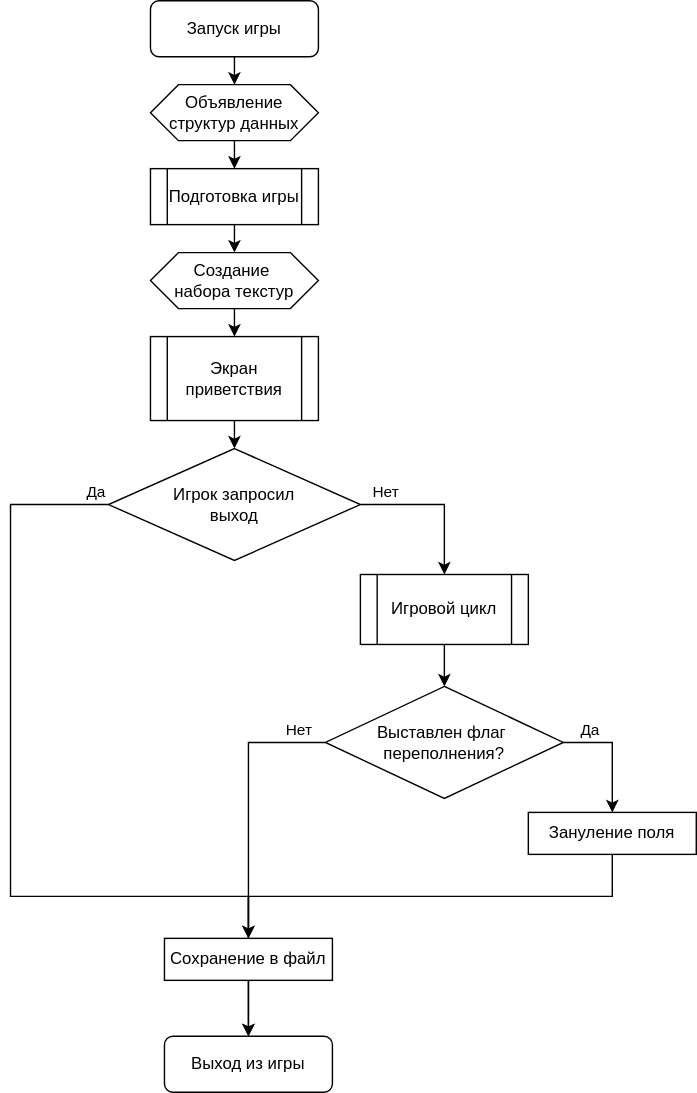
This is report/Общий цикл.drawio.svg from zhigunovsemyon/2048, a draw.io export, as it was before one commit. Source tidied: cells renumbered, new cells last; positions are measured from the earlier drawing's top-left corner, leaving out a move shared by most shapes.
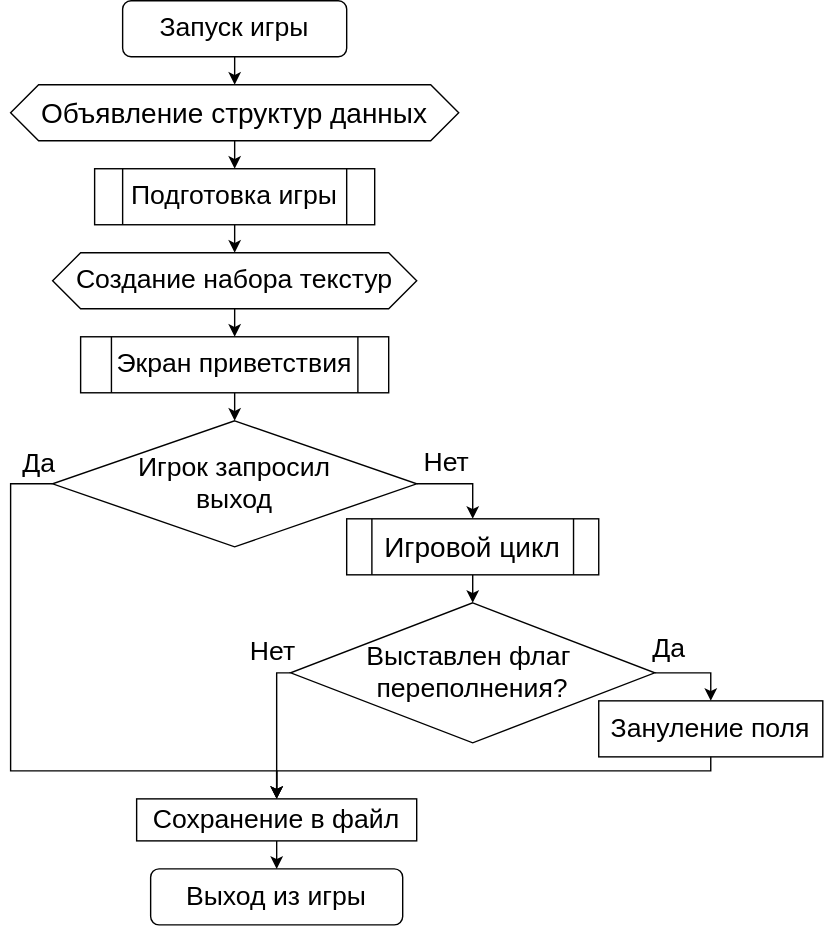
After the commit.

The edit, as a diff of the source:
```diff
@@ -4,121 +4,122 @@
     <mxCell id="1" parent="0" />
     <mxCell id="2" style="edgeStyle=orthogonalEdgeStyle;rounded=0;jettySize=auto;html=1;exitX=0.5;exitY=1;exitDx=0;exitDy=0;entryX=0.5;entryY=0;entryDx=0;entryDy=0;" parent="1" edge="1" source="3">
       <mxGeometry relative="1" as="geometry">
-        <mxPoint x="160" y="60" as="targetPoint" />
+        <mxPoint x="170" y="30" as="targetPoint" />
       </mxGeometry>
     </mxCell>
-    <mxCell id="3" value="Запуск игры" style="rounded=1;whiteSpace=wrap;html=1;" parent="1" vertex="1">
-      <mxGeometry x="100" width="120" height="40" as="geometry" />
+    <mxCell id="3" value="&lt;font style=&quot;font-size: 19px;&quot;&gt;Запуск игры&lt;/font&gt;" style="rounded=1;whiteSpace=wrap;html=1;" parent="1" vertex="1">
+      <mxGeometry x="90" y="-30" width="160" height="40" as="geometry" />
     </mxCell>
-    <mxCell id="4" style="edgeStyle=orthogonalEdgeStyle;rounded=0;orthogonalLoop=1;jettySize=auto;html=1;exitX=0.5;exitY=1;exitDx=0;exitDy=0;" parent="1" edge="1" source="3" target="3">
-      <mxGeometry relative="1" as="geometry" />
+    <mxCell id="4" style="edgeStyle=orthogonalEdgeStyle;rounded=0;orthogonalLoop=1;jettySize=auto;html=1;exitX=0.5;exitY=1;exitDx=0;exitDy=0;" parent="1" edge="1">
+      <mxGeometry relative="1" as="geometry">
+        <mxPoint x="180" y="10" as="sourcePoint" />
+        <mxPoint x="180" y="10" as="targetPoint" />
+      </mxGeometry>
     </mxCell>
     <mxCell id="5" style="edgeStyle=orthogonalEdgeStyle;rounded=0;orthogonalLoop=1;jettySize=auto;html=1;exitX=0.5;exitY=1;exitDx=0;exitDy=0;entryX=0.5;entryY=0;entryDx=0;entryDy=0;" parent="1" edge="1">
       <mxGeometry relative="1" as="geometry">
-        <mxPoint x="160" y="100" as="sourcePoint" />
-        <mxPoint x="160" y="120" as="targetPoint" />
+        <mxPoint x="170" y="70" as="sourcePoint" />
+        <mxPoint x="170" y="90" as="targetPoint" />
       </mxGeometry>
     </mxCell>
-    <mxCell id="6" style="edgeStyle=orthogonalEdgeStyle;rounded=0;jettySize=auto;html=1;exitX=0;exitY=0.5;exitDx=0;exitDy=0;entryX=0.5;entryY=0;entryDx=0;entryDy=0;" parent="1" edge="1" source="10" target="11">
+    <mxCell id="6" style="edgeStyle=orthogonalEdgeStyle;rounded=0;jettySize=auto;html=1;exitX=0;exitY=0.5;exitDx=0;exitDy=0;entryX=0.5;entryY=0;entryDx=0;entryDy=0;" parent="1" edge="1" source="10" target="16">
       <mxGeometry relative="1" as="geometry">
         <Array as="points">
-          <mxPoint y="360" />
-          <mxPoint y="640" />
-          <mxPoint x="170" y="640" />
+          <mxPoint x="10" y="315" />
+          <mxPoint x="10" y="520" />
+          <mxPoint x="200" y="520" />
         </Array>
       </mxGeometry>
     </mxCell>
-    <mxCell id="7" value="Да" style="edgeLabel;html=1;align=center;verticalAlign=middle;" parent="6" vertex="1">
+    <mxCell id="7" value="Да" style="edgeLabel;html=1;align=center;verticalAlign=middle;fontSize=19;" parent="6" vertex="1">
       <mxGeometry x="-0.85" y="-2" relative="1" as="geometry">
-        <mxPoint x="36" y="-8" as="offset" />
+        <mxPoint x="22" y="-18" as="offset" />
       </mxGeometry>
     </mxCell>
     <mxCell id="8" style="edgeStyle=orthogonalEdgeStyle;rounded=0;jettySize=auto;html=1;exitX=1;exitY=0.5;exitDx=0;exitDy=0;entryX=0.5;entryY=0;entryDx=0;entryDy=0;" parent="1" edge="1" source="10" target="25">
       <mxGeometry relative="1" as="geometry" />
     </mxCell>
-    <mxCell id="9" value="Нет" style="edgeLabel;html=1;align=center;verticalAlign=middle;" parent="8" vertex="1">
+    <mxCell id="9" value="Нет" style="edgeLabel;html=1;align=center;verticalAlign=middle;fontSize=19;" parent="8" vertex="1">
       <mxGeometry x="-0.42" y="-3" relative="1" as="geometry">
-        <mxPoint x="-15" y="-13" as="offset" />
+        <mxPoint x="1" y="-18" as="offset" />
       </mxGeometry>
     </mxCell>
-    <mxCell id="10" value="&lt;div&gt;Игрок запросил&lt;/div&gt;&lt;div&gt;выход&lt;br&gt;&lt;/div&gt;" style="rhombus;whiteSpace=wrap;html=1;" parent="1" vertex="1">
-      <mxGeometry x="70" y="320" width="180" height="80" as="geometry" />
+    <mxCell id="10" value="&lt;div style=&quot;font-size: 19px;&quot;&gt;&lt;font style=&quot;font-size: 19px;&quot;&gt;Игрок запросил&lt;/font&gt;&lt;/div&gt;&lt;div style=&quot;font-size: 19px;&quot;&gt;&lt;font style=&quot;font-size: 19px;&quot;&gt;выход&lt;/font&gt;&lt;br&gt;&lt;/div&gt;" style="rhombus;whiteSpace=wrap;html=1;" parent="1" vertex="1">
+      <mxGeometry x="40" y="270" width="260" height="90" as="geometry" />
     </mxCell>
-    <mxCell id="11" value="Выход из игры" style="rounded=1;whiteSpace=wrap;html=1;" parent="1" vertex="1">
-      <mxGeometry x="110" y="740" width="120" height="40" as="geometry" />
+    <mxCell id="11" value="&lt;font style=&quot;font-size: 19px;&quot;&gt;Выход из игры&lt;/font&gt;" style="rounded=1;whiteSpace=wrap;html=1;" parent="1" vertex="1">
+      <mxGeometry x="110" y="590" width="180" height="40" as="geometry" />
     </mxCell>
-    <mxCell id="12" value="&lt;div&gt;Объявление&lt;/div&gt;&lt;div&gt;структур данных&lt;br&gt;&lt;/div&gt;" style="shape=hexagon;perimeter=hexagonPerimeter2;whiteSpace=wrap;html=1;fixedSize=1;" parent="1" vertex="1">
-      <mxGeometry x="100" y="60" width="120" height="40" as="geometry" />
+    <mxCell id="12" value="&lt;div style=&quot;font-size: 20px;&quot;&gt;Объявление&amp;nbsp;&lt;span style=&quot;background-color: initial;&quot;&gt;структур данных&lt;/span&gt;&lt;/div&gt;" style="shape=hexagon;perimeter=hexagonPerimeter2;whiteSpace=wrap;html=1;fixedSize=1;" parent="1" vertex="1">
+      <mxGeometry x="10" y="30" width="320" height="40" as="geometry" />
     </mxCell>
-    <mxCell id="13" value="Зануление поля" style="rounded=0;whiteSpace=wrap;html=1;" parent="1" vertex="1">
-      <mxGeometry x="370" y="580" width="120" height="30" as="geometry" />
+    <mxCell id="13" value="&lt;font style=&quot;font-size: 19px;&quot;&gt;Зануление поля&lt;/font&gt;" style="rounded=0;whiteSpace=wrap;html=1;fontSize=16;" parent="1" vertex="1">
+      <mxGeometry x="430" y="470" width="160" height="40" as="geometry" />
     </mxCell>
     <mxCell id="14" style="edgeStyle=orthogonalEdgeStyle;rounded=0;jettySize=auto;html=1;exitX=0.5;exitY=1;exitDx=0;exitDy=0;entryX=0.5;entryY=0;entryDx=0;entryDy=0;" parent="1" edge="1" source="13" target="16">
       <mxGeometry relative="1" as="geometry">
         <Array as="points">
-          <mxPoint x="430" y="640" />
-          <mxPoint x="170" y="640" />
+          <mxPoint x="510" y="520" />
+          <mxPoint x="200" y="520" />
         </Array>
       </mxGeometry>
     </mxCell>
     <mxCell id="15" style="edgeStyle=orthogonalEdgeStyle;rounded=0;jettySize=auto;html=1;exitX=0.5;exitY=1;exitDx=0;exitDy=0;entryX=0.5;entryY=0;entryDx=0;entryDy=0;" parent="1" edge="1" source="16" target="11">
       <mxGeometry relative="1" as="geometry" />
     </mxCell>
-    <mxCell id="16" value="Сохранение в файл" style="rounded=0;whiteSpace=wrap;html=1;" parent="1" vertex="1">
-      <mxGeometry x="110" y="670" width="120" height="30" as="geometry" />
+    <mxCell id="16" value="&lt;font style=&quot;font-size: 19px;&quot;&gt;Сохранение в файл&lt;/font&gt;" style="rounded=0;whiteSpace=wrap;html=1;" parent="1" vertex="1">
+      <mxGeometry x="100" y="540" width="200" height="30" as="geometry" />
     </mxCell>
-    <mxCell id="17" style="edgeStyle=orthogonalEdgeStyle;rounded=0;jettySize=auto;html=1;exitX=0.5;exitY=1;exitDx=0;exitDy=0;entryX=0.5;entryY=0;entryDx=0;entryDy=0;" parent="1" edge="1" target="10">
-      <mxGeometry relative="1" as="geometry">
-        <mxPoint x="160" y="300" as="sourcePoint" />
-      </mxGeometry>
+    <mxCell id="17" style="edgeStyle=orthogonalEdgeStyle;rounded=0;jettySize=auto;html=1;exitX=0.5;exitY=1;exitDx=0;exitDy=0;entryX=0.5;entryY=0;entryDx=0;entryDy=0;" parent="1" edge="1" source="23" target="10">
+      <mxGeometry relative="1" as="geometry" />
     </mxCell>
     <mxCell id="18" style="edgeStyle=orthogonalEdgeStyle;rounded=0;jettySize=auto;html=1;exitX=1;exitY=0.5;exitDx=0;exitDy=0;entryX=0.5;entryY=0;entryDx=0;entryDy=0;" parent="1" edge="1" source="22" target="13">
       <mxGeometry relative="1" as="geometry">
         <Array as="points">
-          <mxPoint x="430" y="530" />
+          <mxPoint x="510" y="450" />
         </Array>
       </mxGeometry>
     </mxCell>
-    <mxCell id="19" value="Да" style="edgeLabel;html=1;align=center;verticalAlign=middle;" parent="18" vertex="1">
+    <mxCell id="19" value="Да" style="edgeLabel;html=1;align=center;verticalAlign=middle;fontSize=19;" parent="18" vertex="1">
       <mxGeometry x="-0.33" relative="1" as="geometry">
-        <mxPoint x="-10" y="-10" as="offset" />
+        <mxPoint x="-10" y="-17" as="offset" />
       </mxGeometry>
     </mxCell>
-    <mxCell id="20" style="edgeStyle=orthogonalEdgeStyle;rounded=0;jettySize=auto;html=1;entryX=0.5;entryY=0;entryDx=0;entryDy=0;exitX=0;exitY=0.5;exitDx=0;exitDy=0;" parent="1" edge="1" source="22" target="16">
+    <mxCell id="20" style="edgeStyle=orthogonalEdgeStyle;rounded=0;jettySize=auto;html=1;entryX=0.5;entryY=0;entryDx=0;entryDy=0;exitX=0;exitY=0.5;exitDx=0;exitDy=0;fontSize=13;" parent="1" edge="1" source="22" target="16">
       <mxGeometry relative="1" as="geometry">
         <Array as="points">
-          <mxPoint x="170" y="530" />
+          <mxPoint x="200" y="450" />
         </Array>
       </mxGeometry>
     </mxCell>
-    <mxCell id="21" value="Нет" style="edgeLabel;html=1;align=center;verticalAlign=middle;" parent="20" vertex="1">
+    <mxCell id="21" value="Нет" style="edgeLabel;html=1;align=center;verticalAlign=middle;fontSize=19;" parent="20" vertex="1">
       <mxGeometry x="-0.88" y="-1" relative="1" as="geometry">
-        <mxPoint x="-8" y="-9" as="offset" />
+        <mxPoint x="-8" y="-14" as="offset" />
       </mxGeometry>
     </mxCell>
-    <mxCell id="22" value="&lt;div&gt;Выставлен флаг&amp;nbsp;&lt;/div&gt;&lt;div&gt;переполнения?&lt;/div&gt;" style="rhombus;whiteSpace=wrap;html=1;" parent="1" vertex="1">
-      <mxGeometry x="225" y="490" width="170" height="80" as="geometry" />
+    <mxCell id="22" value="&lt;div style=&quot;font-size: 19px;&quot;&gt;&lt;font style=&quot;font-size: 19px;&quot;&gt;Выставлен флаг&amp;nbsp;&lt;/font&gt;&lt;/div&gt;&lt;div style=&quot;font-size: 19px;&quot;&gt;&lt;font style=&quot;font-size: 19px;&quot;&gt;переполнения?&lt;/font&gt;&lt;/div&gt;" style="rhombus;whiteSpace=wrap;html=1;" parent="1" vertex="1">
+      <mxGeometry x="210" y="400" width="260" height="100" as="geometry" />
     </mxCell>
-    <mxCell id="23" value="Экран приветствия" style="shape=process;whiteSpace=wrap;html=1;backgroundOutline=1;" parent="1" vertex="1">
-      <mxGeometry x="100" y="240" width="120" height="60" as="geometry" />
+    <mxCell id="23" value="&lt;font style=&quot;font-size: 19px;&quot;&gt;Экран приветствия&lt;/font&gt;" style="shape=process;whiteSpace=wrap;html=1;backgroundOutline=1;" parent="1" vertex="1">
+      <mxGeometry x="60" y="210" width="220" height="40" as="geometry" />
     </mxCell>
     <mxCell id="24" style="edgeStyle=orthogonalEdgeStyle;rounded=0;jettySize=auto;html=1;exitX=0.5;exitY=1;exitDx=0;exitDy=0;entryX=0.5;entryY=0;entryDx=0;entryDy=0;" parent="1" edge="1" source="25" target="22">
       <mxGeometry relative="1" as="geometry" />
     </mxCell>
-    <mxCell id="25" value="Игровой цикл" style="shape=process;whiteSpace=wrap;html=1;backgroundOutline=1;" parent="1" vertex="1">
-      <mxGeometry x="250" y="410" width="120" height="50" as="geometry" />
+    <mxCell id="25" value="&lt;font style=&quot;font-size: 20px;&quot;&gt;Игровой цикл&lt;/font&gt;" style="shape=process;whiteSpace=wrap;html=1;backgroundOutline=1;" parent="1" vertex="1">
+      <mxGeometry x="250" y="340" width="180" height="40" as="geometry" />
     </mxCell>
     <mxCell id="26" style="edgeStyle=orthogonalEdgeStyle;rounded=0;jettySize=auto;html=1;exitX=0.5;exitY=1;exitDx=0;exitDy=0;entryX=0.5;entryY=0;entryDx=0;entryDy=0;" parent="1" edge="1" source="27" target="29">
       <mxGeometry relative="1" as="geometry" />
     </mxCell>
-    <mxCell id="27" value="Подготовка игры" style="shape=process;whiteSpace=wrap;html=1;backgroundOutline=1;" parent="1" vertex="1">
-      <mxGeometry x="100" y="120" width="120" height="40" as="geometry" />
+    <mxCell id="27" value="&lt;font style=&quot;font-size: 19px;&quot;&gt;Подготовка игры&lt;/font&gt;" style="shape=process;whiteSpace=wrap;html=1;backgroundOutline=1;" parent="1" vertex="1">
+      <mxGeometry x="70" y="90" width="200" height="40" as="geometry" />
     </mxCell>
     <mxCell id="28" style="edgeStyle=orthogonalEdgeStyle;rounded=0;jettySize=auto;html=1;exitX=0.5;exitY=1;exitDx=0;exitDy=0;entryX=0.5;entryY=0;entryDx=0;entryDy=0;" parent="1" edge="1" source="29" target="23">
       <mxGeometry relative="1" as="geometry" />
     </mxCell>
-    <mxCell id="29" value="&lt;div&gt;Создание&amp;nbsp;&lt;/div&gt;&lt;div&gt;набора текстур&lt;/div&gt;" style="shape=hexagon;perimeter=hexagonPerimeter2;whiteSpace=wrap;html=1;fixedSize=1;" parent="1" vertex="1">
-      <mxGeometry x="100" y="180" width="120" height="40" as="geometry" />
+    <mxCell id="29" value="&lt;div style=&quot;font-size: 19px;&quot;&gt;Создание&amp;nbsp;&lt;span style=&quot;background-color: initial;&quot;&gt;набора текстур&lt;/span&gt;&lt;/div&gt;" style="shape=hexagon;perimeter=hexagonPerimeter2;whiteSpace=wrap;html=1;fixedSize=1;" parent="1" vertex="1">
+      <mxGeometry x="40" y="150" width="260" height="40" as="geometry" />
     </mxCell>
   </root>
 </mxGraphModel>
```
